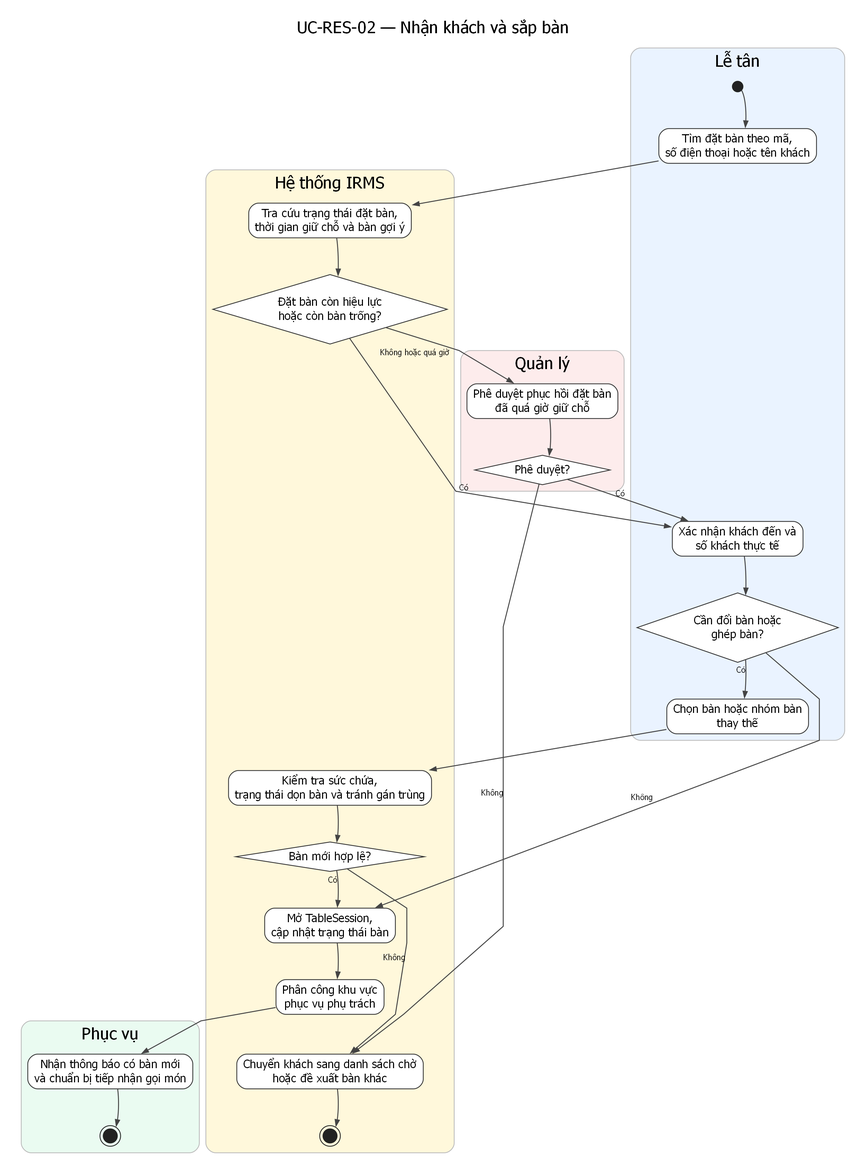
Before: assets/diagrams/rendered/activity/uc-res-02-checkin-and-seat.png, a diagram exported from Graphviz (lehoangluan1/SA_IRMS). Its source is kept beside it as assets/diagrams/source/activity/uc-res-02-checkin-and-seat.dot. Source of this version:
```dot
digraph G {
  graph [rankdir=TB, newrank=true, splines=polyline, nodesep=0.38, ranksep=0.62, pad=0.25, dpi=170, bgcolor="white", fontname="DejaVu Sans"];
  node [fontname="DejaVu Sans"];
  edge [fontname="DejaVu Sans", fontsize=10, color="#444444", penwidth=1.15, arrowsize=0.75];
  labelloc="t"; labeljust="c"; fontsize=20; fontname="DejaVu Sans"; label="UC-RES-02 — Nhận khách và sắp bàn";

  subgraph cluster_l1 {
    style="rounded,filled";
    fillcolor="#EAF3FF"; color="#BBBBBB";
    label="Lễ tân";
    n0 [shape=circle, label="", width=0.18, height=0.18, fixedsize=true, style=filled, fillcolor="#222222", color="#222222"];
    n1 [label="Tìm đặt bàn theo mã,\nsố điện thoại hoặc tên khách", shape=rect, style="rounded,filled", fillcolor="white", color="#333333"];
    n4 [label="Xác nhận khách đến và\nsố khách thực tế", shape=rect, style="rounded,filled", fillcolor="white", color="#333333"];
    n5 [label="Cần đổi bàn hoặc\nghép bàn?", shape=diamond, style="filled", fillcolor="white", color="#333333"];
    n6 [label="Chọn bàn hoặc nhóm bàn\nthay thế", shape=rect, style="rounded,filled", fillcolor="white", color="#333333"];
    n0 -> n1 -> n4 -> n5 -> n6 [style=invis, weight=20];
  }

  subgraph cluster_l2 {
    style="rounded,filled";
    fillcolor="#FFF8DB"; color="#BBBBBB";
    label="Hệ thống IRMS";
    n2 [label="Tra cứu trạng thái đặt bàn,\nthời gian giữ chỗ và bàn gợi ý", shape=rect, style="rounded,filled", fillcolor="white", color="#333333"];
    n3 [label="Đặt bàn còn hiệu lực\nhoặc còn bàn trống?", shape=diamond, style="filled", fillcolor="white", color="#333333"];
    n7 [label="Kiểm tra sức chứa,\ntrạng thái dọn bàn và tránh gán trùng", shape=rect, style="rounded,filled", fillcolor="white", color="#333333"];
    n8 [label="Bàn mới hợp lệ?", shape=diamond, style="filled", fillcolor="white", color="#333333"];
    n9 [label="Mở TableSession,\ncập nhật trạng thái bàn", shape=rect, style="rounded,filled", fillcolor="white", color="#333333"];
    n10 [label="Phân công khu vực\nphục vụ phụ trách", shape=rect, style="rounded,filled", fillcolor="white", color="#333333"];
    n11 [label="Chuyển khách sang danh sách chờ\nhoặc đề xuất bàn khác", shape=rect, style="rounded,filled", fillcolor="white", color="#333333"];
    n14 [shape=doublecircle, label="", width=0.24, height=0.24, fixedsize=true, style=filled, fillcolor="#222222", color="#222222"];
    n2 -> n3 -> n7 -> n8 -> n9 -> n10 -> n11 -> n14 [style=invis, weight=20];
  }

  subgraph cluster_l3 {
    style="rounded,filled";
    fillcolor="#FDECEC"; color="#BBBBBB";
    label="Quản lý";
    n12 [label="Phê duyệt phục hồi đặt bàn\nđã quá giờ giữ chỗ", shape=rect, style="rounded,filled", fillcolor="white", color="#333333"];
    n13 [label="Phê duyệt?", shape=diamond, style="filled", fillcolor="white", color="#333333"];
    n12 -> n13 [style=invis, weight=20];
  }

  subgraph cluster_l4 {
    style="rounded,filled";
    fillcolor="#EAFBF1"; color="#BBBBBB";
    label="Phục vụ";
    n15 [label="Nhận thông báo có bàn mới\nvà chuẩn bị tiếp nhận gọi món", shape=rect, style="rounded,filled", fillcolor="white", color="#333333"];
    n16 [shape=doublecircle, label="", width=0.24, height=0.24, fixedsize=true, style=filled, fillcolor="#222222", color="#222222"];
    n15 -> n16 [style=invis, weight=20];
  }

  n0 -> n1;
  n1 -> n2;
  n2 -> n3;
  n3 -> n4 [xlabel="Có"];
  n3 -> n12 [xlabel="Không hoặc quá giờ"];
  n12 -> n13;
  n13 -> n4 [xlabel="Có"];
  n13 -> n11 [xlabel="Không"];
  n4 -> n5;
  n5 -> n6 [xlabel="Có"];
  n5 -> n9 [xlabel="Không"];
  n6 -> n7;
  n7 -> n8;
  n8 -> n9 [xlabel="Có"];
  n8 -> n11 [xlabel="Không"];
  n9 -> n10;
  n10 -> n15;
  n15 -> n16;
  n11 -> n14;
}
```
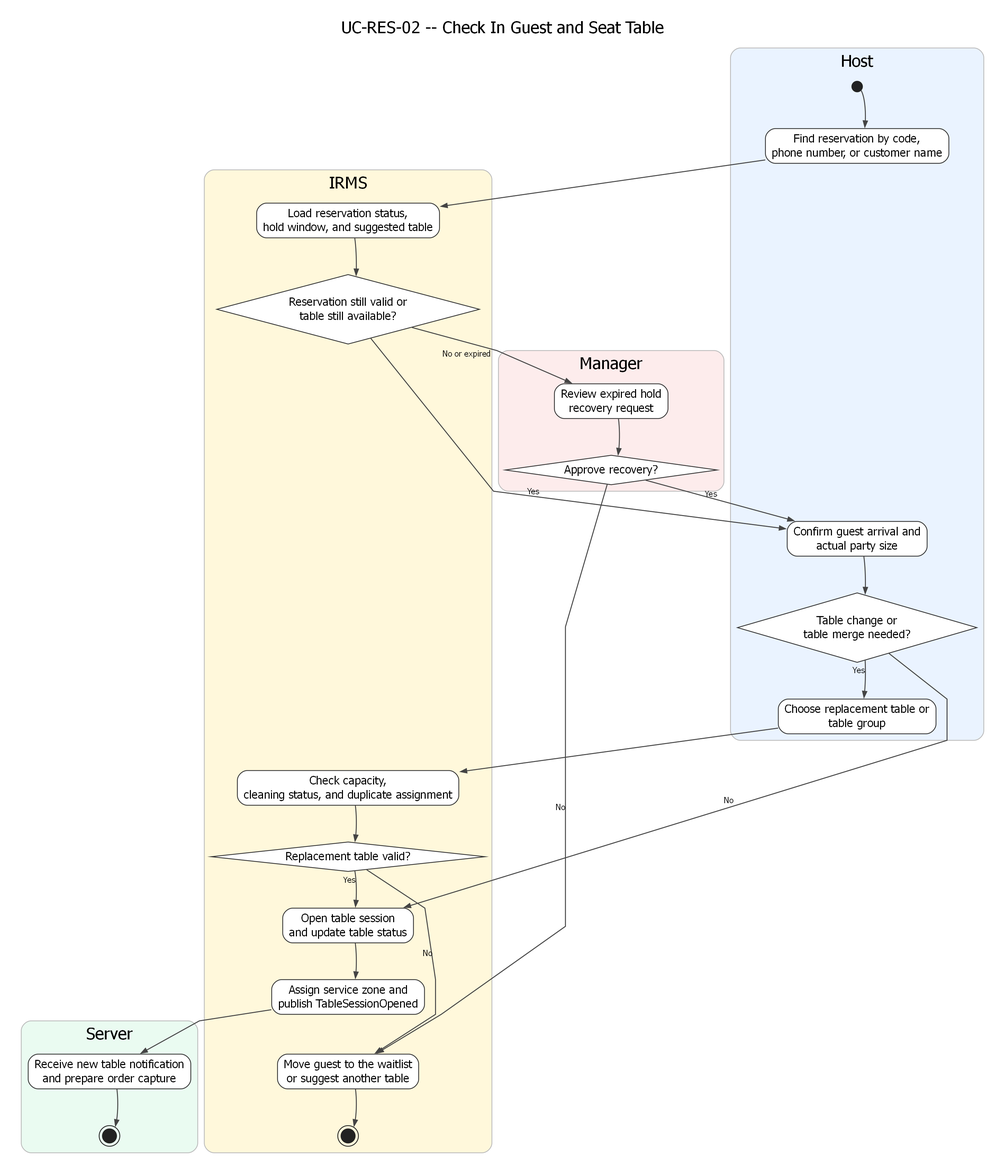
Above is the later version.

Diff of the diagram source:
```diff
@@ -2,31 +2,31 @@
   graph [rankdir=TB, newrank=true, splines=polyline, nodesep=0.38, ranksep=0.62, pad=0.25, dpi=170, bgcolor="white", fontname="DejaVu Sans"];
   node [fontname="DejaVu Sans"];
   edge [fontname="DejaVu Sans", fontsize=10, color="#444444", penwidth=1.15, arrowsize=0.75];
-  labelloc="t"; labeljust="c"; fontsize=20; fontname="DejaVu Sans"; label="UC-RES-02 — Nhận khách và sắp bàn";
+  labelloc="t"; labeljust="c"; fontsize=20; fontname="DejaVu Sans"; label="UC-RES-02 -- Check In Guest and Seat Table";
 
   subgraph cluster_l1 {
     style="rounded,filled";
     fillcolor="#EAF3FF"; color="#BBBBBB";
-    label="Lễ tân";
+    label="Host";
     n0 [shape=circle, label="", width=0.18, height=0.18, fixedsize=true, style=filled, fillcolor="#222222", color="#222222"];
-    n1 [label="Tìm đặt bàn theo mã,\nsố điện thoại hoặc tên khách", shape=rect, style="rounded,filled", fillcolor="white", color="#333333"];
-    n4 [label="Xác nhận khách đến và\nsố khách thực tế", shape=rect, style="rounded,filled", fillcolor="white", color="#333333"];
-    n5 [label="Cần đổi bàn hoặc\nghép bàn?", shape=diamond, style="filled", fillcolor="white", color="#333333"];
-    n6 [label="Chọn bàn hoặc nhóm bàn\nthay thế", shape=rect, style="rounded,filled", fillcolor="white", color="#333333"];
+    n1 [label="Find reservation by code,\nphone number, or customer name", shape=rect, style="rounded,filled", fillcolor="white", color="#333333"];
+    n4 [label="Confirm guest arrival and\nactual party size", shape=rect, style="rounded,filled", fillcolor="white", color="#333333"];
+    n5 [label="Table change or\ntable merge needed?", shape=diamond, style="filled", fillcolor="white", color="#333333"];
+    n6 [label="Choose replacement table or\ntable group", shape=rect, style="rounded,filled", fillcolor="white", color="#333333"];
     n0 -> n1 -> n4 -> n5 -> n6 [style=invis, weight=20];
   }
 
   subgraph cluster_l2 {
     style="rounded,filled";
     fillcolor="#FFF8DB"; color="#BBBBBB";
-    label="Hệ thống IRMS";
-    n2 [label="Tra cứu trạng thái đặt bàn,\nthời gian giữ chỗ và bàn gợi ý", shape=rect, style="rounded,filled", fillcolor="white", color="#333333"];
-    n3 [label="Đặt bàn còn hiệu lực\nhoặc còn bàn trống?", shape=diamond, style="filled", fillcolor="white", color="#333333"];
-    n7 [label="Kiểm tra sức chứa,\ntrạng thái dọn bàn và tránh gán trùng", shape=rect, style="rounded,filled", fillcolor="white", color="#333333"];
-    n8 [label="Bàn mới hợp lệ?", shape=diamond, style="filled", fillcolor="white", color="#333333"];
-    n9 [label="Mở TableSession,\ncập nhật trạng thái bàn", shape=rect, style="rounded,filled", fillcolor="white", color="#333333"];
-    n10 [label="Phân công khu vực\nphục vụ phụ trách", shape=rect, style="rounded,filled", fillcolor="white", color="#333333"];
-    n11 [label="Chuyển khách sang danh sách chờ\nhoặc đề xuất bàn khác", shape=rect, style="rounded,filled", fillcolor="white", color="#333333"];
+    label="IRMS";
+    n2 [label="Load reservation status,\nhold window, and suggested table", shape=rect, style="rounded,filled", fillcolor="white", color="#333333"];
+    n3 [label="Reservation still valid or\ntable still available?", shape=diamond, style="filled", fillcolor="white", color="#333333"];
+    n7 [label="Check capacity,\ncleaning status, and duplicate assignment", shape=rect, style="rounded,filled", fillcolor="white", color="#333333"];
+    n8 [label="Replacement table valid?", shape=diamond, style="filled", fillcolor="white", color="#333333"];
+    n9 [label="Open table session\nand update table status", shape=rect, style="rounded,filled", fillcolor="white", color="#333333"];
+    n10 [label="Assign service zone and\npublish TableSessionOpened", shape=rect, style="rounded,filled", fillcolor="white", color="#333333"];
+    n11 [label="Move guest to the waitlist\nor suggest another table", shape=rect, style="rounded,filled", fillcolor="white", color="#333333"];
     n14 [shape=doublecircle, label="", width=0.24, height=0.24, fixedsize=true, style=filled, fillcolor="#222222", color="#222222"];
     n2 -> n3 -> n7 -> n8 -> n9 -> n10 -> n11 -> n14 [style=invis, weight=20];
   }
@@ -34,17 +34,17 @@
   subgraph cluster_l3 {
     style="rounded,filled";
     fillcolor="#FDECEC"; color="#BBBBBB";
-    label="Quản lý";
-    n12 [label="Phê duyệt phục hồi đặt bàn\nđã quá giờ giữ chỗ", shape=rect, style="rounded,filled", fillcolor="white", color="#333333"];
-    n13 [label="Phê duyệt?", shape=diamond, style="filled", fillcolor="white", color="#333333"];
+    label="Manager";
+    n12 [label="Review expired hold\nrecovery request", shape=rect, style="rounded,filled", fillcolor="white", color="#333333"];
+    n13 [label="Approve recovery?", shape=diamond, style="filled", fillcolor="white", color="#333333"];
     n12 -> n13 [style=invis, weight=20];
   }
 
   subgraph cluster_l4 {
     style="rounded,filled";
     fillcolor="#EAFBF1"; color="#BBBBBB";
-    label="Phục vụ";
-    n15 [label="Nhận thông báo có bàn mới\nvà chuẩn bị tiếp nhận gọi món", shape=rect, style="rounded,filled", fillcolor="white", color="#333333"];
+    label="Server";
+    n15 [label="Receive new table notification\nand prepare order capture", shape=rect, style="rounded,filled", fillcolor="white", color="#333333"];
     n16 [shape=doublecircle, label="", width=0.24, height=0.24, fixedsize=true, style=filled, fillcolor="#222222", color="#222222"];
     n15 -> n16 [style=invis, weight=20];
   }
@@ -52,18 +52,18 @@
   n0 -> n1;
   n1 -> n2;
   n2 -> n3;
-  n3 -> n4 [xlabel="Có"];
-  n3 -> n12 [xlabel="Không hoặc quá giờ"];
+  n3 -> n4 [xlabel="Yes"];
+  n3 -> n12 [xlabel="No or expired"];
   n12 -> n13;
-  n13 -> n4 [xlabel="Có"];
-  n13 -> n11 [xlabel="Không"];
+  n13 -> n4 [xlabel="Yes"];
+  n13 -> n11 [xlabel="No"];
   n4 -> n5;
-  n5 -> n6 [xlabel="Có"];
-  n5 -> n9 [xlabel="Không"];
+  n5 -> n6 [xlabel="Yes"];
+  n5 -> n9 [xlabel="No"];
   n6 -> n7;
   n7 -> n8;
-  n8 -> n9 [xlabel="Có"];
-  n8 -> n11 [xlabel="Không"];
+  n8 -> n9 [xlabel="Yes"];
+  n8 -> n11 [xlabel="No"];
   n9 -> n10;
   n10 -> n15;
   n15 -> n16;
```
